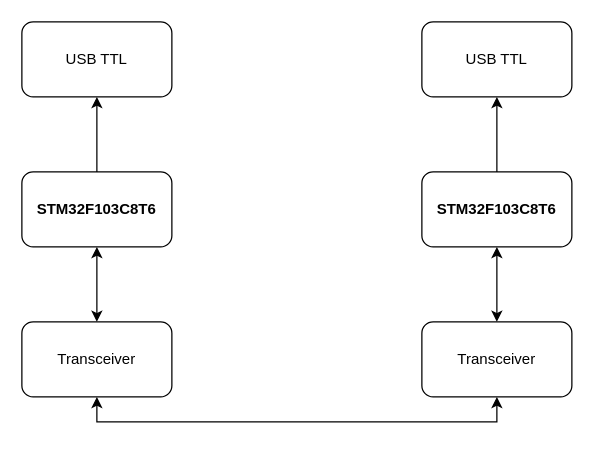
This is DeviceNetworkCANBlock.drawio from lukas0173/Draw.io, a draw.io file, before an edit. Source tidied: cells renumbered, new cells numbered last; positions are measured from the earlier drawing's top-left corner, leaving out a move shared by most shapes. Both pictures are drawn from the tidied source at 125%, with x=0, y=0 at pixel (21, 21).
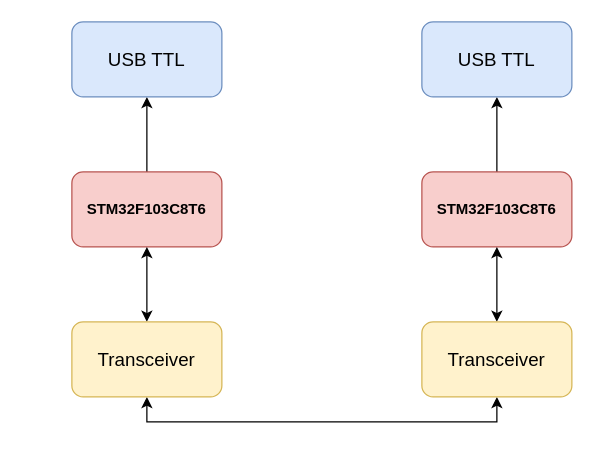
The same diagram, later.

What changed in the source:
```diff
@@
 <mxGraphModel>
   <root>
     <mxCell id="0" />
     <mxCell id="1" parent="0" />
     <mxCell id="2" style="edgeStyle=orthogonalEdgeStyle;rounded=0;jettySize=auto;html=1;" parent="1" edge="1" source="3" target="11">
       <mxGeometry relative="1" as="geometry" />
     </mxCell>
-    <mxCell id="3" value="STM32F103C8T6" style="rounded=1;whiteSpace=wrap;html=1;fontStyle=1;" parent="1" vertex="1">
-      <mxGeometry y="120" width="120" height="60" as="geometry" />
+    <mxCell id="3" value="STM32F103C8T6" style="rounded=1;whiteSpace=wrap;html=1;fontStyle=1;fillColor=#f8cecc;strokeColor=#b85450;" parent="1" vertex="1">
+      <mxGeometry x="40" y="120" width="120" height="60" as="geometry" />
     </mxCell>
     <mxCell id="4" style="edgeStyle=orthogonalEdgeStyle;rounded=0;jettySize=auto;html=1;" parent="1" edge="1" source="5" target="12">
       <mxGeometry relative="1" as="geometry" />
     </mxCell>
-    <mxCell id="5" value="STM32F103C8T6" style="rounded=1;whiteSpace=wrap;html=1;fontStyle=1;" parent="1" vertex="1">
+    <mxCell id="5" value="STM32F103C8T6" style="rounded=1;whiteSpace=wrap;html=1;fontStyle=1;fillColor=#f8cecc;strokeColor=#b85450;" parent="1" vertex="1">
       <mxGeometry x="320" y="120" width="120" height="60" as="geometry" />
     </mxCell>
-    <mxCell id="6" style="edgeStyle=orthogonalEdgeStyle;rounded=0;jettySize=auto;html=1;entryX=0.5;entryY=1;entryDx=0;entryDy=0;startArrow=classic;startFill=1;" parent="1" edge="1" source="8" target="10">
+    <mxCell id="6" style="edgeStyle=orthogonalEdgeStyle;rounded=0;jettySize=auto;html=1;entryX=0.5;entryY=1;entryDx=0;entryDy=0;startArrow=classic;startFill=1;exitX=0.5;exitY=1;exitDx=0;exitDy=0;" parent="1" edge="1" source="8" target="10">
       <mxGeometry relative="1" as="geometry">
         <Array as="points">
-          <mxPoint x="60" y="320" />
+          <mxPoint x="100" y="320" />
           <mxPoint x="380" y="320" />
         </Array>
       </mxGeometry>
     </mxCell>
     <mxCell id="7" style="edgeStyle=orthogonalEdgeStyle;rounded=0;jettySize=auto;html=1;startArrow=classic;startFill=1;" parent="1" edge="1" source="8" target="3">
       <mxGeometry relative="1" as="geometry" />
     </mxCell>
-    <mxCell id="8" value="Transceiver" style="rounded=1;whiteSpace=wrap;html=1;fontStyle=0;" parent="1" vertex="1">
-      <mxGeometry y="240" width="120" height="60" as="geometry" />
+    <mxCell id="8" value="Transceiver" style="rounded=1;whiteSpace=wrap;html=1;fontStyle=0;fontSize=15;fillColor=#fff2cc;strokeColor=#d6b656;" parent="1" vertex="1">
+      <mxGeometry x="40" y="240" width="120" height="60" as="geometry" />
     </mxCell>
     <mxCell id="9" style="edgeStyle=orthogonalEdgeStyle;rounded=0;jettySize=auto;html=1;startArrow=classic;startFill=1;" parent="1" edge="1" source="10" target="5">
       <mxGeometry relative="1" as="geometry" />
     </mxCell>
-    <mxCell id="10" value="Transceiver" style="rounded=1;whiteSpace=wrap;html=1;fontStyle=0;" parent="1" vertex="1">
+    <mxCell id="10" value="Transceiver" style="rounded=1;whiteSpace=wrap;html=1;fontStyle=0;fontSize=15;fillColor=#fff2cc;strokeColor=#d6b656;" parent="1" vertex="1">
       <mxGeometry x="320" y="240" width="120" height="60" as="geometry" />
     </mxCell>
-    <mxCell id="11" value="USB TTL" style="rounded=1;whiteSpace=wrap;html=1;fontStyle=0;" parent="1" vertex="1">
-      <mxGeometry width="120" height="60" as="geometry" />
+    <mxCell id="11" value="USB TTL" style="rounded=1;whiteSpace=wrap;html=1;fontStyle=0;fontSize=15;fillColor=#dae8fc;strokeColor=#6c8ebf;" parent="1" vertex="1">
+      <mxGeometry x="40" width="120" height="60" as="geometry" />
     </mxCell>
-    <mxCell id="12" value="USB TTL" style="rounded=1;whiteSpace=wrap;html=1;fontStyle=0;" parent="1" vertex="1">
+    <mxCell id="12" value="USB TTL" style="rounded=1;whiteSpace=wrap;html=1;fontStyle=0;fontSize=15;fillColor=#dae8fc;strokeColor=#6c8ebf;" parent="1" vertex="1">
       <mxGeometry x="320" width="120" height="60" as="geometry" />
     </mxCell>
   </root>
 </mxGraphModel>
```
